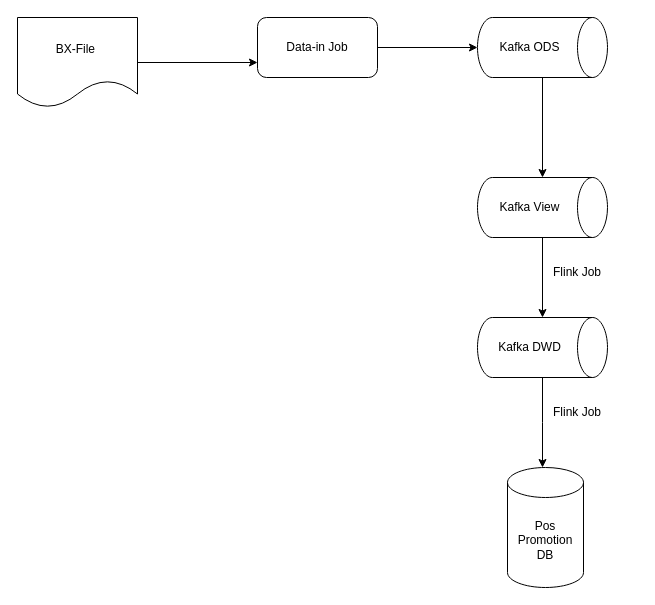
lukelongcn/drawio keeps this draw.io diagram as BX-File import.drawio. Above is the earlier version. Source tidied: cells renumbered, new cells numbered last; positions are measured from the earlier drawing's top-left corner, leaving out a move shared by most shapes. Both pictures are drawn from the tidied source at 100%, with x=0, y=0 at pixel (17, 17).
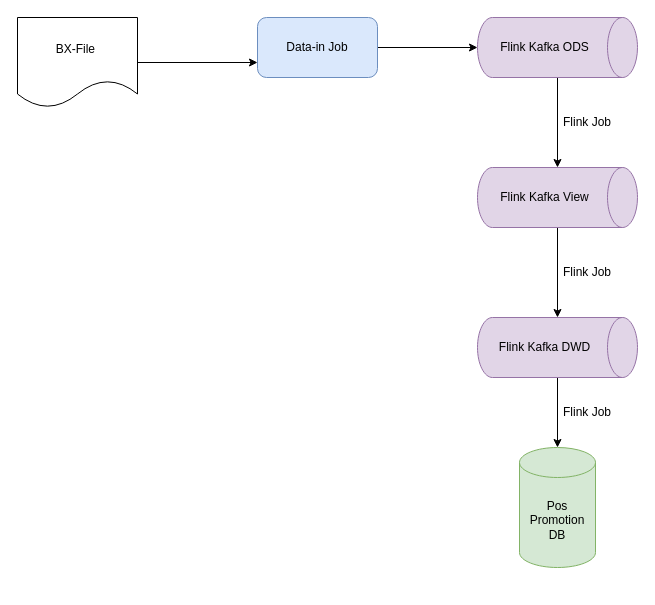
The same page after the edit.

Change to the diagram source:
```diff
@@
 <mxGraphModel>
   <root>
     <mxCell id="0" />
     <mxCell id="1" parent="0" />
     <mxCell id="2" style="edgeStyle=orthogonalEdgeStyle;rounded=0;jettySize=auto;html=1;entryX=0;entryY=0.75;entryDx=0;entryDy=0;" parent="1" edge="1" source="3" target="5">
       <mxGeometry relative="1" as="geometry" />
     </mxCell>
     <mxCell id="3" value="BX-File&amp;nbsp;" style="shape=document;whiteSpace=wrap;html=1;boundedLbl=1;" parent="1" vertex="1">
       <mxGeometry width="120" height="90" as="geometry" />
     </mxCell>
     <mxCell id="4" style="edgeStyle=orthogonalEdgeStyle;rounded=0;jettySize=auto;html=1;entryX=0.5;entryY=1;entryDx=0;entryDy=0;entryPerimeter=0;" parent="1" edge="1" source="5" target="7">
       <mxGeometry relative="1" as="geometry" />
     </mxCell>
-    <mxCell id="5" value="Data-in Job" style="rounded=1;whiteSpace=wrap;html=1;" parent="1" vertex="1">
+    <mxCell id="5" value="Data-in Job" style="rounded=1;whiteSpace=wrap;html=1;fillColor=#dae8fc;strokeColor=#6c8ebf;" parent="1" vertex="1">
       <mxGeometry x="240" width="120" height="60" as="geometry" />
     </mxCell>
     <mxCell id="6" style="edgeStyle=orthogonalEdgeStyle;rounded=0;jettySize=auto;html=1;entryX=0;entryY=0.5;entryDx=0;entryDy=0;entryPerimeter=0;" parent="1" edge="1" source="7" target="9">
       <mxGeometry relative="1" as="geometry" />
     </mxCell>
-    <mxCell id="7" value="Kafka ODS" style="shape=cylinder3;whiteSpace=wrap;html=1;boundedLbl=1;backgroundOutline=1;size=15;direction=south;" parent="1" vertex="1">
-      <mxGeometry x="460" width="130" height="60" as="geometry" />
+    <mxCell id="7" value="Flink Kafka ODS" style="shape=cylinder3;whiteSpace=wrap;html=1;boundedLbl=1;backgroundOutline=1;size=15;direction=south;fillColor=#e1d5e7;strokeColor=#9673a6;" parent="1" vertex="1">
+      <mxGeometry x="460" width="160" height="60" as="geometry" />
     </mxCell>
     <mxCell id="8" style="edgeStyle=orthogonalEdgeStyle;rounded=0;jettySize=auto;html=1;entryX=0;entryY=0.5;entryDx=0;entryDy=0;entryPerimeter=0;" parent="1" edge="1" source="9" target="11">
       <mxGeometry relative="1" as="geometry" />
     </mxCell>
-    <mxCell id="9" value="Kafka View" style="shape=cylinder3;whiteSpace=wrap;html=1;boundedLbl=1;backgroundOutline=1;size=15;direction=south;" parent="1" vertex="1">
-      <mxGeometry x="460" y="160" width="130" height="60" as="geometry" />
+    <mxCell id="9" value="Flink Kafka View" style="shape=cylinder3;whiteSpace=wrap;html=1;boundedLbl=1;backgroundOutline=1;size=15;direction=south;fillColor=#e1d5e7;strokeColor=#9673a6;" parent="1" vertex="1">
+      <mxGeometry x="460" y="150" width="160" height="60" as="geometry" />
     </mxCell>
-    <mxCell id="10" style="edgeStyle=orthogonalEdgeStyle;rounded=0;jettySize=auto;html=1;" parent="1" edge="1" source="11">
-      <mxGeometry relative="1" as="geometry">
-        <mxPoint x="525" y="450" as="targetPoint" />
-      </mxGeometry>
-    </mxCell>
+    <mxCell id="15" style="edgeStyle=orthogonalEdgeStyle;rounded=0;jettySize=auto;html=1;entryX=0.5;entryY=0;entryDx=0;entryDy=0;entryPerimeter=0;" parent="1" edge="1" source="11" target="14">
+      <mxGeometry relative="1" as="geometry" />
+    </mxCell>
-    <mxCell id="11" value="Kafka DWD" style="shape=cylinder3;whiteSpace=wrap;html=1;boundedLbl=1;backgroundOutline=1;size=15;direction=south;" parent="1" vertex="1">
-      <mxGeometry x="460" y="300" width="130" height="60" as="geometry" />
+    <mxCell id="11" value="Flink Kafka DWD" style="shape=cylinder3;whiteSpace=wrap;html=1;boundedLbl=1;backgroundOutline=1;size=15;direction=south;fillColor=#e1d5e7;strokeColor=#9673a6;" parent="1" vertex="1">
+      <mxGeometry x="460" y="300" width="160" height="60" as="geometry" />
     </mxCell>
     <mxCell id="12" value="Flink Job" style="text;html=1;strokeColor=none;fillColor=none;align=center;verticalAlign=middle;whiteSpace=wrap;rounded=0;" parent="1" vertex="1">
-      <mxGeometry x="530" y="240" width="60" height="30" as="geometry" />
+      <mxGeometry x="540" y="240" width="60" height="30" as="geometry" />
     </mxCell>
     <mxCell id="13" value="Flink Job" style="text;html=1;strokeColor=none;fillColor=none;align=center;verticalAlign=middle;whiteSpace=wrap;rounded=0;" parent="1" vertex="1">
-      <mxGeometry x="530" y="380" width="60" height="30" as="geometry" />
+      <mxGeometry x="540" y="379.5" width="60" height="30" as="geometry" />
     </mxCell>
-    <mxCell id="14" value="Pos Promotion DB" style="shape=cylinder3;whiteSpace=wrap;html=1;boundedLbl=1;backgroundOutline=1;size=15;" parent="1" vertex="1">
-      <mxGeometry x="490" y="450" width="76" height="120" as="geometry" />
+    <mxCell id="14" value="Pos Promotion DB" style="shape=cylinder3;whiteSpace=wrap;html=1;boundedLbl=1;backgroundOutline=1;size=15;fillColor=#d5e8d4;strokeColor=#82b366;" parent="1" vertex="1">
+      <mxGeometry x="502" y="430" width="76" height="120" as="geometry" />
     </mxCell>
+    <mxCell id="16" value="Flink Job" style="text;html=1;strokeColor=none;fillColor=none;align=center;verticalAlign=middle;whiteSpace=wrap;rounded=0;" parent="1" vertex="1">
+      <mxGeometry x="540" y="90" width="60" height="30" as="geometry" />
+    </mxCell>
   </root>
 </mxGraphModel>
```
